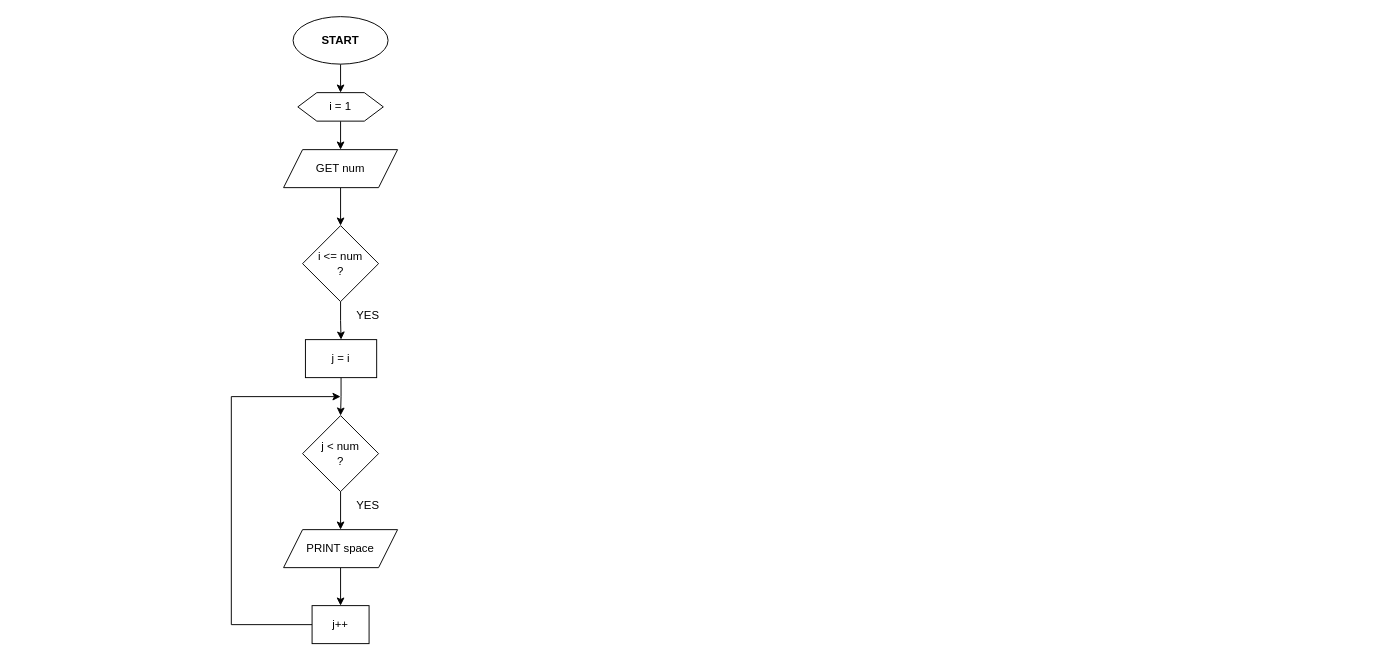
Before: page "5_22" (2 of 3) of Lab Exercise 4/lab5.2.drawio in barrosaur/first-year-cpe-lab, a draw.io diagram. Source tidied: cells renumbered, new cells numbered last; positions are measured from the earlier drawing's top-left corner, leaving out a move shared by most shapes. Both pictures are drawn from the tidied source at 95%, with x=0, y=0 at pixel (231, 16).
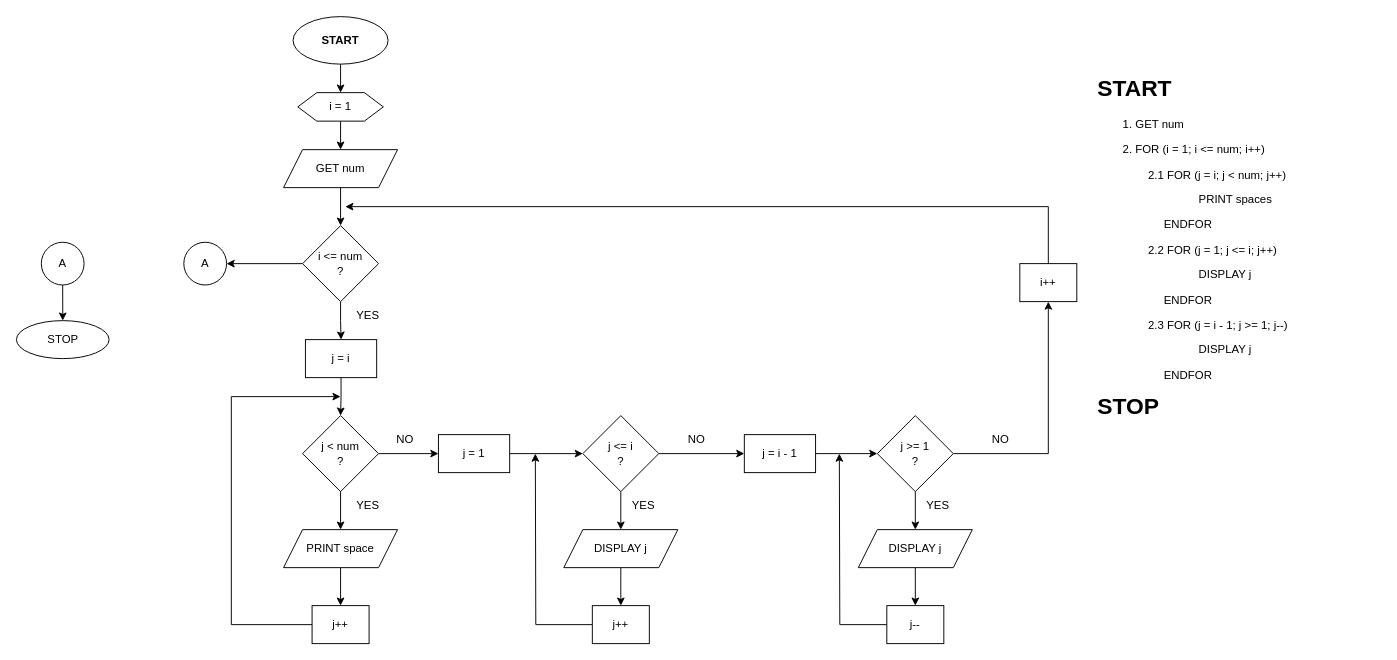
The same page after the edit.

The change refers to these unchanged cells:
```xml
<mxCell id="9" value="i &amp;lt;= num&lt;div&gt;?&lt;/div&gt;" style="rhombus;whiteSpace=wrap;html=1;" parent="1" vertex="1">
  <mxGeometry x="75" y="220" width="80" height="80" as="geometry" />
</mxCell>
<mxCell id="14" value="j &amp;lt; num&lt;div&gt;?&lt;/div&gt;" style="rhombus;whiteSpace=wrap;html=1;" parent="1" vertex="1">
  <mxGeometry x="75" y="420" width="80" height="80" as="geometry" />
</mxCell>
```

What changed in the source:
```diff
@@
+    <mxCell id="22" style="edgeStyle=orthogonalEdgeStyle;rounded=0;jettySize=auto;html=1;exitX=0;exitY=0.5;exitDx=0;exitDy=0;entryX=1;entryY=0.5;entryDx=0;entryDy=0;" parent="1" edge="1" source="9" target="50">
+      <mxGeometry relative="1" as="geometry" />
+    </mxCell>
@@
+    <mxCell id="23" style="edgeStyle=orthogonalEdgeStyle;rounded=0;jettySize=auto;html=1;exitX=1;exitY=0.5;exitDx=0;exitDy=0;entryX=0;entryY=0.5;entryDx=0;entryDy=0;" parent="1" edge="1" source="14" target="28">
+      <mxGeometry relative="1" as="geometry" />
+    </mxCell>
@@
+    <mxCell id="24" style="edgeStyle=orthogonalEdgeStyle;rounded=0;jettySize=auto;html=1;exitX=0.5;exitY=1;exitDx=0;exitDy=0;entryX=0.5;entryY=0;entryDx=0;entryDy=0;" parent="1" edge="1" source="26" target="31">
+      <mxGeometry relative="1" as="geometry" />
+    </mxCell>
+    <mxCell id="25" style="edgeStyle=orthogonalEdgeStyle;rounded=0;jettySize=auto;html=1;exitX=1;exitY=0.5;exitDx=0;exitDy=0;entryX=0;entryY=0.5;entryDx=0;entryDy=0;" parent="1" edge="1" source="26" target="37">
+      <mxGeometry relative="1" as="geometry" />
+    </mxCell>
+    <mxCell id="26" value="j &amp;lt;= i&lt;div&gt;?&lt;/div&gt;" style="rhombus;whiteSpace=wrap;html=1;" parent="1" vertex="1">
+      <mxGeometry x="370" y="420" width="80" height="80" as="geometry" />
+    </mxCell>
+    <mxCell id="27" style="edgeStyle=orthogonalEdgeStyle;rounded=0;jettySize=auto;html=1;exitX=1;exitY=0.5;exitDx=0;exitDy=0;entryX=0;entryY=0.5;entryDx=0;entryDy=0;" parent="1" edge="1" source="28" target="26">
+      <mxGeometry relative="1" as="geometry" />
+    </mxCell>
+    <mxCell id="28" value="j = 1" style="rounded=0;whiteSpace=wrap;html=1;" parent="1" vertex="1">
+      <mxGeometry x="218" y="440" width="75" height="40" as="geometry" />
+    </mxCell>
+    <mxCell id="29" value="NO" style="text;html=1;align=center;verticalAlign=middle;whiteSpace=wrap;rounded=0;" parent="1" vertex="1">
+      <mxGeometry x="153" y="430" width="60" height="30" as="geometry" />
+    </mxCell>
+    <mxCell id="30" style="edgeStyle=orthogonalEdgeStyle;rounded=0;jettySize=auto;html=1;exitX=0.5;exitY=1;exitDx=0;exitDy=0;entryX=0.5;entryY=0;entryDx=0;entryDy=0;" parent="1" edge="1" source="31" target="34">
+      <mxGeometry relative="1" as="geometry" />
+    </mxCell>
+    <mxCell id="31" value="DISPLAY j" style="shape=parallelogram;perimeter=parallelogramPerimeter;whiteSpace=wrap;html=1;fixedSize=1;" parent="1" vertex="1">
+      <mxGeometry x="350" y="540" width="120" height="40" as="geometry" />
+    </mxCell>
+    <mxCell id="32" value="YES" style="text;html=1;align=left;verticalAlign=middle;whiteSpace=wrap;rounded=0;" parent="1" vertex="1">
+      <mxGeometry x="420" y="500" width="60" height="30" as="geometry" />
+    </mxCell>
+    <mxCell id="33" style="edgeStyle=orthogonalEdgeStyle;rounded=0;jettySize=auto;html=1;exitX=0;exitY=0.5;exitDx=0;exitDy=0;" parent="1" edge="1" source="34">
+      <mxGeometry relative="1" as="geometry">
+        <mxPoint x="320" y="460" as="targetPoint" />
+      </mxGeometry>
+    </mxCell>
+    <mxCell id="34" value="j++" style="rounded=0;whiteSpace=wrap;html=1;" parent="1" vertex="1">
+      <mxGeometry x="380" y="620" width="60" height="40" as="geometry" />
+    </mxCell>
+    <mxCell id="35" value="NO" style="text;html=1;align=center;verticalAlign=middle;whiteSpace=wrap;rounded=0;" parent="1" vertex="1">
+      <mxGeometry x="460" y="430" width="60" height="30" as="geometry" />
+    </mxCell>
+    <mxCell id="36" style="edgeStyle=orthogonalEdgeStyle;rounded=0;jettySize=auto;html=1;exitX=1;exitY=0.5;exitDx=0;exitDy=0;entryX=0;entryY=0.5;entryDx=0;entryDy=0;" parent="1" edge="1" source="37" target="40">
+      <mxGeometry relative="1" as="geometry" />
+    </mxCell>
+    <mxCell id="37" value="j = i - 1" style="rounded=0;whiteSpace=wrap;html=1;" parent="1" vertex="1">
+      <mxGeometry x="540" y="440" width="75" height="40" as="geometry" />
+    </mxCell>
+    <mxCell id="38" style="edgeStyle=orthogonalEdgeStyle;rounded=0;jettySize=auto;html=1;exitX=0.5;exitY=1;exitDx=0;exitDy=0;entryX=0.5;entryY=0;entryDx=0;entryDy=0;" parent="1" edge="1" source="40" target="43">
+      <mxGeometry relative="1" as="geometry" />
+    </mxCell>
+    <mxCell id="39" style="edgeStyle=orthogonalEdgeStyle;rounded=0;jettySize=auto;html=1;exitX=1;exitY=0.5;exitDx=0;exitDy=0;entryX=0.5;entryY=1;entryDx=0;entryDy=0;" parent="1" edge="1" source="40" target="46">
+      <mxGeometry relative="1" as="geometry" />
+    </mxCell>
+    <mxCell id="40" value="j &amp;gt;= 1&lt;div&gt;?&lt;/div&gt;" style="rhombus;whiteSpace=wrap;html=1;" parent="1" vertex="1">
+      <mxGeometry x="680" y="420" width="80" height="80" as="geometry" />
+    </mxCell>
+    <mxCell id="41" value="YES" style="text;html=1;align=left;verticalAlign=middle;whiteSpace=wrap;rounded=0;" parent="1" vertex="1">
+      <mxGeometry x="730" y="500" width="60" height="30" as="geometry" />
+    </mxCell>
+    <mxCell id="42" style="edgeStyle=orthogonalEdgeStyle;rounded=0;jettySize=auto;html=1;exitX=0.5;exitY=1;exitDx=0;exitDy=0;entryX=0.5;entryY=0;entryDx=0;entryDy=0;" parent="1" edge="1" source="43" target="45">
+      <mxGeometry relative="1" as="geometry" />
+    </mxCell>
+    <mxCell id="43" value="DISPLAY j" style="shape=parallelogram;perimeter=parallelogramPerimeter;whiteSpace=wrap;html=1;fixedSize=1;" parent="1" vertex="1">
+      <mxGeometry x="660" y="540" width="120" height="40" as="geometry" />
+    </mxCell>
+    <mxCell id="44" style="edgeStyle=orthogonalEdgeStyle;rounded=0;jettySize=auto;html=1;exitX=0;exitY=0.5;exitDx=0;exitDy=0;" parent="1" edge="1" source="45">
+      <mxGeometry relative="1" as="geometry">
+        <mxPoint x="640" y="460" as="targetPoint" />
+      </mxGeometry>
+    </mxCell>
+    <mxCell id="45" value="j--" style="rounded=0;whiteSpace=wrap;html=1;" parent="1" vertex="1">
+      <mxGeometry x="690" y="620" width="60" height="40" as="geometry" />
+    </mxCell>
+    <mxCell id="46" value="i++" style="rounded=0;whiteSpace=wrap;html=1;" parent="1" vertex="1">
+      <mxGeometry x="830" y="260" width="60" height="40" as="geometry" />
+    </mxCell>
+    <mxCell id="47" value="NO" style="text;html=1;align=center;verticalAlign=middle;whiteSpace=wrap;rounded=0;" parent="1" vertex="1">
+      <mxGeometry x="780" y="430" width="60" height="30" as="geometry" />
+    </mxCell>
+    <mxCell id="48" style="endArrow=classic;html=1;rounded=0;" parent="1" edge="1">
+      <mxGeometry relative="1" as="geometry">
+        <mxPoint x="860" y="200" as="sourcePoint" />
+        <mxPoint x="120" y="200" as="targetPoint" />
+      </mxGeometry>
+    </mxCell>
+    <mxCell id="49" style="endArrow=none;html=1;rounded=0;exitX=0.5;exitY=0;exitDx=0;exitDy=0;" parent="1" edge="1" source="46">
+      <mxGeometry relative="1" as="geometry">
+        <mxPoint x="860" y="200" as="targetPoint" />
+      </mxGeometry>
+    </mxCell>
+    <mxCell id="50" value="A" style="ellipse;whiteSpace=wrap;html=1;" parent="1" vertex="1">
+      <mxGeometry x="-50" y="237.5" width="45" height="45" as="geometry" />
+    </mxCell>
+    <mxCell id="51" style="edgeStyle=orthogonalEdgeStyle;rounded=0;jettySize=auto;html=1;exitX=0.5;exitY=1;exitDx=0;exitDy=0;entryX=0.5;entryY=0;entryDx=0;entryDy=0;" parent="1" edge="1" source="52" target="53">
+      <mxGeometry relative="1" as="geometry" />
+    </mxCell>
+    <mxCell id="52" value="A" style="ellipse;whiteSpace=wrap;html=1;" parent="1" vertex="1">
+      <mxGeometry x="-200" y="237.5" width="45" height="45" as="geometry" />
+    </mxCell>
+    <mxCell id="53" value="STOP" style="ellipse;whiteSpace=wrap;html=1;" parent="1" vertex="1">
+      <mxGeometry x="-226.2" y="320" width="97.5" height="40" as="geometry" />
+    </mxCell>
+    <mxCell id="54" value="&lt;blockquote style=&quot;margin: 0 0 0 40px; border: none; padding: 0px;&quot;&gt;&lt;h1 style=&quot;margin-top: 0px;&quot;&gt;START&lt;/h1&gt;&lt;p&gt;&lt;span style=&quot;white-space: pre;&quot;&gt;&#9;&lt;/span&gt;1. GET num&lt;/p&gt;&lt;p&gt;&lt;span style=&quot;white-space: pre;&quot;&gt;&#9;&lt;/span&gt;2. FOR (i = 1; i &amp;lt;= num; i++)&lt;br&gt;&lt;/p&gt;&lt;p&gt;&lt;span style=&quot;white-space: pre;&quot;&gt;&#9;&lt;/span&gt;&lt;span style=&quot;white-space: pre;&quot;&gt;&#9;&lt;/span&gt;2.1 FOR (j = i; j &amp;lt; num; j++)&lt;br&gt;&lt;/p&gt;&lt;p&gt;&lt;span style=&quot;white-space: pre;&quot;&gt;&#9;&lt;/span&gt;&lt;span style=&quot;white-space: pre;&quot;&gt;&#9;&lt;/span&gt;&lt;span style=&quot;white-space: pre;&quot;&gt;&#9;&lt;/span&gt;&lt;span style=&quot;white-space: pre;&quot;&gt;&#9;&lt;/span&gt;PRINT spaces&lt;br&gt;&lt;/p&gt;&lt;p&gt;&lt;span style=&quot;white-space: pre;&quot;&gt;&#9;&lt;/span&gt;&lt;span style=&quot;white-space: pre;&quot;&gt;&#9;&lt;/span&gt;&amp;nbsp; &amp;nbsp; &amp;nbsp;ENDFOR&lt;br&gt;&lt;/p&gt;&lt;p&gt;&lt;span style=&quot;white-space: pre;&quot;&gt;&#9;&lt;/span&gt;&lt;span style=&quot;white-space: pre;&quot;&gt;&#9;&lt;/span&gt;2.2 FOR (j = 1; j &amp;lt;= i; j++)&lt;br&gt;&lt;/p&gt;&lt;p&gt;&lt;span style=&quot;white-space: pre;&quot;&gt;&#9;&lt;/span&gt;&lt;span style=&quot;white-space: pre;&quot;&gt;&#9;&lt;/span&gt;&lt;span style=&quot;white-space: pre;&quot;&gt;&#9;&lt;/span&gt;&lt;span style=&quot;white-space: pre;&quot;&gt;&#9;&lt;/span&gt;DISPLAY j&lt;br&gt;&lt;/p&gt;&lt;p&gt;&lt;span style=&quot;white-space: pre;&quot;&gt;&#9;&lt;/span&gt;&lt;span style=&quot;white-space: pre;&quot;&gt;&#9;&lt;/span&gt;&amp;nbsp; &amp;nbsp; &amp;nbsp;ENDFOR&lt;br&gt;&lt;/p&gt;&lt;p&gt;&lt;span style=&quot;white-space: pre;&quot;&gt;&#9;&lt;/span&gt;&lt;span style=&quot;white-space: pre;&quot;&gt;&#9;&lt;/span&gt;2.3 FOR (j = i - 1; j &amp;gt;= 1; j--)&lt;br&gt;&lt;/p&gt;&lt;p&gt;&lt;span style=&quot;white-space: pre;&quot;&gt;&#9;&lt;/span&gt;&lt;span style=&quot;white-space: pre;&quot;&gt;&#9;&lt;/span&gt;&lt;span style=&quot;white-space: pre;&quot;&gt;&#9;&lt;/span&gt;&lt;span style=&quot;white-space: pre;&quot;&gt;&#9;&lt;/span&gt;DISPLAY j&lt;br&gt;&lt;/p&gt;&lt;p&gt;&lt;span style=&quot;white-space: pre;&quot;&gt;&#9;&lt;/span&gt;&lt;span style=&quot;white-space: pre;&quot;&gt;&#9;&lt;/span&gt;&amp;nbsp; &amp;nbsp; &amp;nbsp;ENDFOR&lt;br&gt;&lt;/p&gt;&lt;h1 style=&quot;margin-top: 0px;&quot;&gt;STOP&lt;/h1&gt;&lt;p&gt;&lt;span style=&quot;white-space: pre;&quot;&gt;&#9;&lt;/span&gt;&lt;span style=&quot;white-space: pre;&quot;&gt;&#9;&lt;/span&gt;&lt;span style=&quot;white-space: pre;&quot;&gt;&#9;&lt;/span&gt;&lt;span style=&quot;white-space: pre;&quot;&gt;&#9;&lt;/span&gt;&lt;br&gt;&lt;/p&gt;&lt;/blockquote&gt;" style="text;html=1;whiteSpace=wrap;overflow=hidden;rounded=0;" parent="1" vertex="1">
+      <mxGeometry x="870" y="55" width="340" height="570" as="geometry" />
+    </mxCell>
```
